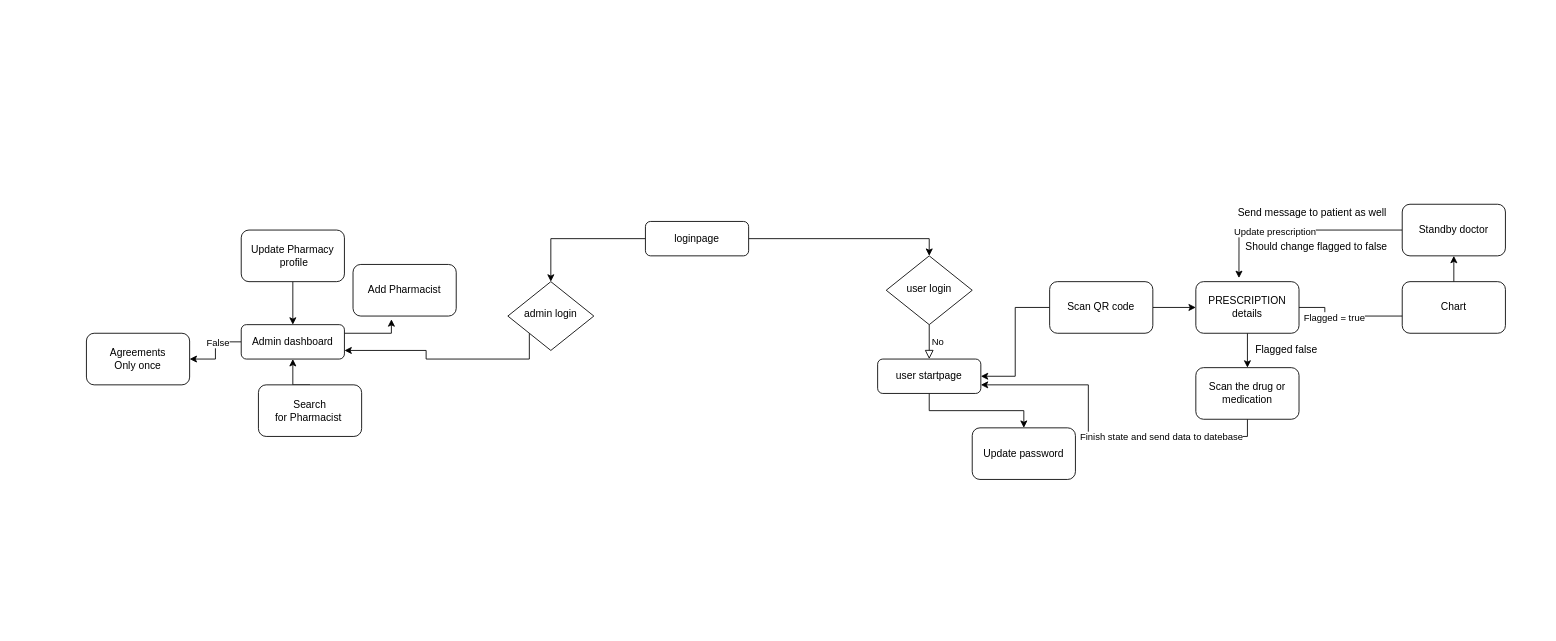
Earlier version of the draw.io diagram docs/ui/Untitled Diagram.drawio (devopsw18/docs). Source tidied: cells renumbered, new cells numbered last; positions are measured from the earlier drawing's top-left corner, leaving out a move shared by most shapes. Both pictures are drawn from the tidied source at 86%, with x=0, y=0 at pixel (86, 204).
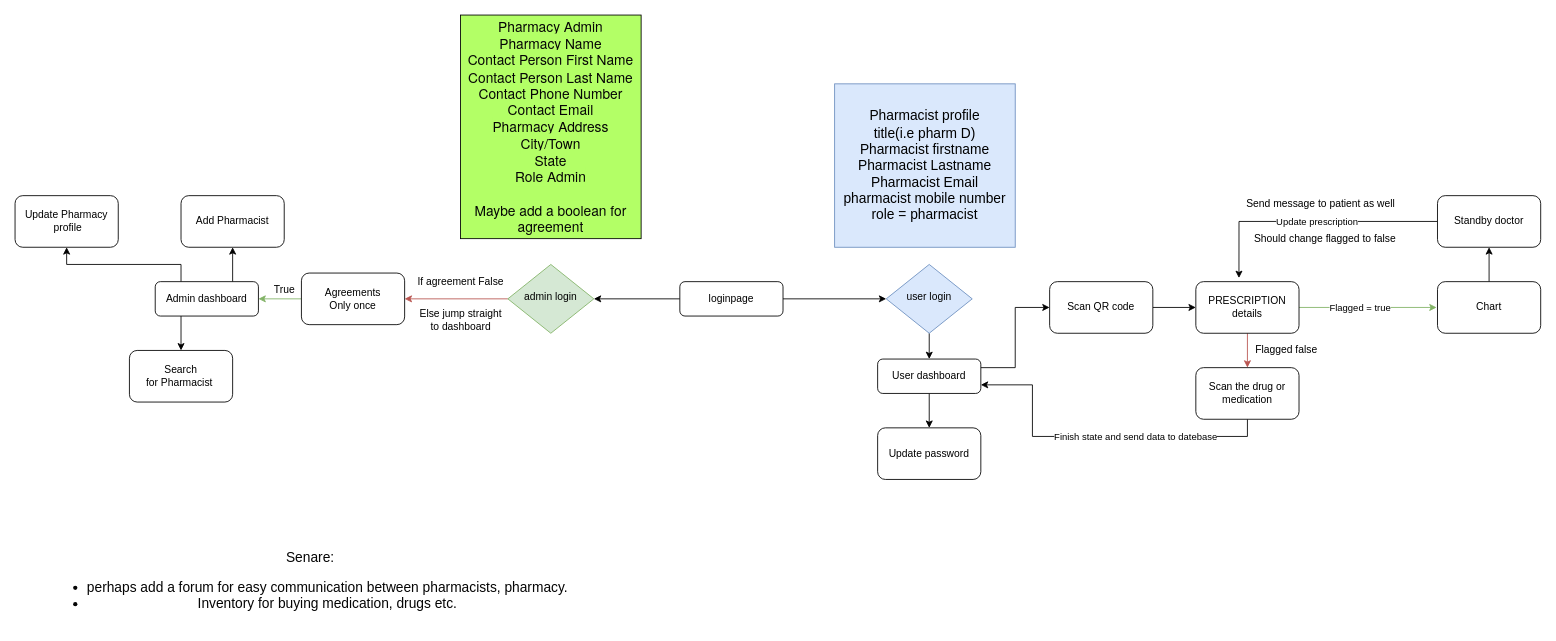
The same diagram, later.

Unchanged cells that the change refers to:
```xml
<mxCell id="24" value="Scan QR code" style="rounded=1;whiteSpace=wrap;html=1;" parent="1" vertex="1">
  <mxGeometry x="1120" y="90" width="120" height="60" as="geometry" />
</mxCell>
<mxCell id="28" value="&lt;span&gt;&lt;/span&gt;&lt;span&gt;&lt;/span&gt;&lt;span&gt;PRESCRIPTION details&lt;/span&gt;" style="rounded=1;whiteSpace=wrap;html=1;" parent="1" vertex="1">
  <mxGeometry x="1290" y="90" width="120" height="60" as="geometry" />
</mxCell>
<mxCell id="31" style="edgeStyle=orthogonalEdgeStyle;rounded=0;jettySize=auto;html=1;exitX=0;exitY=0.5;exitDx=0;exitDy=0;entryX=0.418;entryY=-0.07;entryDx=0;entryDy=0;entryPerimeter=0;" parent="1" edge="1" source="33" target="28">
  <mxGeometry relative="1" as="geometry" />
</mxCell>
<mxCell id="37" value="Scan the drug or medication" style="rounded=1;whiteSpace=wrap;html=1;" parent="1" vertex="1">
  <mxGeometry x="1290" y="190" width="120" height="60" as="geometry" />
</mxCell>
```

Change to the diagram source:
```diff
@@
-    <mxCell id="2" style="edgeStyle=orthogonalEdgeStyle;rounded=0;jettySize=auto;html=1;exitX=1;exitY=0.5;exitDx=0;exitDy=0;entryX=0.5;entryY=0;entryDx=0;entryDy=0;" parent="1" edge="1" source="4" target="6">
+    <mxCell id="2" style="edgeStyle=orthogonalEdgeStyle;rounded=0;jettySize=auto;html=1;exitX=1;exitY=0.5;exitDx=0;exitDy=0;entryX=0;entryY=0.5;entryDx=0;entryDy=0;" parent="1" edge="1" source="4" target="6">
       <mxGeometry relative="1" as="geometry" />
     </mxCell>
-    <mxCell id="3" style="edgeStyle=orthogonalEdgeStyle;rounded=0;jettySize=auto;html=1;exitX=0;exitY=0.5;exitDx=0;exitDy=0;entryX=0.5;entryY=0;entryDx=0;entryDy=0;" parent="1" edge="1" source="4" target="10">
+    <mxCell id="3" style="edgeStyle=orthogonalEdgeStyle;rounded=0;jettySize=auto;html=1;exitX=0;exitY=0.5;exitDx=0;exitDy=0;" parent="1" edge="1" source="4" target="10">
       <mxGeometry relative="1" as="geometry" />
     </mxCell>
     <mxCell id="4" value="loginpage" style="rounded=1;whiteSpace=wrap;html=1;fontSize=12;glass=0;strokeWidth=1;shadow=0;" parent="1" vertex="1">
-      <mxGeometry x="650" y="20" width="120" height="40" as="geometry" />
+      <mxGeometry x="690" y="90" width="120" height="40" as="geometry" />
     </mxCell>
-    <mxCell id="5" value="No" style="edgeStyle=orthogonalEdgeStyle;rounded=0;html=1;jettySize=auto;fontSize=11;endArrow=block;endFill=0;endSize=8;strokeWidth=1;shadow=0;labelBackgroundColor=none;" parent="1" edge="1" source="6" target="8">
-      <mxGeometry y="10" relative="1" as="geometry" />
+    <mxCell id="5" style="edgeStyle=orthogonalEdgeStyle;rounded=0;jettySize=auto;html=1;exitX=0.5;exitY=1;exitDx=0;exitDy=0;entryX=0.5;entryY=0;entryDx=0;entryDy=0;fontColor=#050505;" parent="1" edge="1" source="6" target="8">
+      <mxGeometry relative="1" as="geometry" />
     </mxCell>
-    <mxCell id="6" value="user login" style="rhombus;whiteSpace=wrap;html=1;shadow=0;fontFamily=Helvetica;fontSize=12;align=center;strokeWidth=1;spacing=6;spacingTop=-4;" parent="1" vertex="1">
-      <mxGeometry x="930" y="60" width="100" height="80" as="geometry" />
+    <mxCell id="6" value="user login" style="rhombus;whiteSpace=wrap;html=1;shadow=0;fontFamily=Helvetica;fontSize=12;align=center;strokeWidth=1;spacing=6;spacingTop=-4;fillColor=#dae8fc;strokeColor=#6c8ebf;" parent="1" vertex="1">
+      <mxGeometry x="930" y="70" width="100" height="80" as="geometry" />
     </mxCell>
@@
+    <mxCell id="40" style="edgeStyle=orthogonalEdgeStyle;rounded=0;jettySize=auto;html=1;exitX=1;exitY=0.25;exitDx=0;exitDy=0;entryX=0;entryY=0.5;entryDx=0;entryDy=0;" parent="1" edge="1" source="8" target="24">
+      <mxGeometry relative="1" as="geometry" />
+    </mxCell>
-    <mxCell id="8" value="user startpage" style="rounded=1;whiteSpace=wrap;html=1;fontSize=12;glass=0;strokeWidth=1;shadow=0;" parent="1" vertex="1">
+    <mxCell id="8" value="User dashboard" style="rounded=1;whiteSpace=wrap;html=1;fontSize=12;glass=0;strokeWidth=1;shadow=0;" parent="1" vertex="1">
       <mxGeometry x="920" y="180" width="120" height="40" as="geometry" />
     </mxCell>
-    <mxCell id="9" style="edgeStyle=orthogonalEdgeStyle;rounded=0;jettySize=auto;html=1;exitX=0;exitY=1;exitDx=0;exitDy=0;entryX=1;entryY=0.75;entryDx=0;entryDy=0;" parent="1" edge="1" source="10" target="14">
-      <mxGeometry relative="1" as="geometry">
-        <Array as="points">
-          <mxPoint x="515" y="180" />
-          <mxPoint x="395" y="180" />
-          <mxPoint x="395" y="170" />
-        </Array>
-      </mxGeometry>
-    </mxCell>
+    <mxCell id="41" style="edgeStyle=orthogonalEdgeStyle;rounded=0;jettySize=auto;html=1;exitX=0;exitY=0.5;exitDx=0;exitDy=0;entryX=1;entryY=0.5;entryDx=0;entryDy=0;fillColor=#f8cecc;strokeColor=#b85450;" parent="1" edge="1" source="10" target="21">
+      <mxGeometry relative="1" as="geometry" />
+    </mxCell>
-    <mxCell id="10" value="admin login" style="rhombus;whiteSpace=wrap;html=1;shadow=0;fontFamily=Helvetica;fontSize=12;align=center;strokeWidth=1;spacing=6;spacingTop=-4;" parent="1" vertex="1">
-      <mxGeometry x="490" y="90" width="100" height="80" as="geometry" />
+    <mxCell id="10" value="admin login" style="rhombus;whiteSpace=wrap;html=1;shadow=0;fontFamily=Helvetica;fontSize=12;align=center;strokeWidth=1;spacing=6;spacingTop=-4;fillColor=#d5e8d4;strokeColor=#82b366;" parent="1" vertex="1">
+      <mxGeometry x="490" y="70" width="100" height="80" as="geometry" />
     </mxCell>
-    <mxCell id="11" style="edgeStyle=orthogonalEdgeStyle;rounded=0;jettySize=auto;html=1;exitX=0;exitY=0.5;exitDx=0;exitDy=0;entryX=1;entryY=0.5;entryDx=0;entryDy=0;" parent="1" edge="1" source="14" target="21">
-      <mxGeometry relative="1" as="geometry" />
-    </mxCell>
-    <mxCell id="12" value="False" style="edgeLabel;html=1;align=center;verticalAlign=middle;" parent="11" vertex="1">
-      <mxGeometry x="-0.3" relative="1" as="geometry" />
-    </mxCell>
-    <mxCell id="13" style="edgeStyle=orthogonalEdgeStyle;rounded=0;jettySize=auto;html=1;exitX=1;exitY=0.25;exitDx=0;exitDy=0;entryX=0.372;entryY=1.063;entryDx=0;entryDy=0;entryPerimeter=0;" parent="1" edge="1" source="14" target="20">
+    <mxCell id="13" style="edgeStyle=orthogonalEdgeStyle;rounded=0;jettySize=auto;html=1;exitX=0.75;exitY=0;exitDx=0;exitDy=0;entryX=0.5;entryY=1;entryDx=0;entryDy=0;" parent="1" edge="1" source="14" target="20">
       <mxGeometry relative="1" as="geometry" />
     </mxCell>
+    <mxCell id="42" style="edgeStyle=orthogonalEdgeStyle;rounded=0;jettySize=auto;html=1;exitX=0.25;exitY=0;exitDx=0;exitDy=0;entryX=0.5;entryY=1;entryDx=0;entryDy=0;" parent="1" edge="1" source="14" target="16">
+      <mxGeometry relative="1" as="geometry" />
+    </mxCell>
+    <mxCell id="43" style="edgeStyle=orthogonalEdgeStyle;rounded=0;jettySize=auto;html=1;exitX=0.25;exitY=1;exitDx=0;exitDy=0;entryX=0.5;entryY=0;entryDx=0;entryDy=0;" parent="1" edge="1" source="14" target="19">
+      <mxGeometry relative="1" as="geometry" />
+    </mxCell>
     <mxCell id="14" value="Admin dashboard" style="rounded=1;whiteSpace=wrap;html=1;fontSize=12;glass=0;strokeWidth=1;shadow=0;" parent="1" vertex="1">
-      <mxGeometry x="180" y="140" width="120" height="40" as="geometry" />
+      <mxGeometry x="80" y="90" width="120" height="40" as="geometry" />
     </mxCell>
-    <mxCell id="15" style="edgeStyle=orthogonalEdgeStyle;rounded=0;jettySize=auto;html=1;exitX=0.5;exitY=1;exitDx=0;exitDy=0;entryX=0.5;entryY=0;entryDx=0;entryDy=0;" parent="1" edge="1" source="16" target="14">
-      <mxGeometry relative="1" as="geometry" />
-    </mxCell>
     <mxCell id="16" value="Update Pharmacy&lt;br&gt;&amp;nbsp;profile" style="rounded=1;whiteSpace=wrap;html=1;" parent="1" vertex="1">
-      <mxGeometry x="180" y="30" width="120" height="60" as="geometry" />
+      <mxGeometry x="-83" y="-10" width="120" height="60" as="geometry" />
     </mxCell>
     <mxCell id="17" value="Update password" style="rounded=1;whiteSpace=wrap;html=1;" parent="1" vertex="1">
-      <mxGeometry x="1030" y="260" width="120" height="60" as="geometry" />
+      <mxGeometry x="920" y="260" width="120" height="60" as="geometry" />
     </mxCell>
-    <mxCell id="18" style="edgeStyle=orthogonalEdgeStyle;rounded=0;jettySize=auto;html=1;exitX=0.5;exitY=0;exitDx=0;exitDy=0;entryX=0.5;entryY=1;entryDx=0;entryDy=0;" parent="1" edge="1" source="19" target="14">
-      <mxGeometry relative="1" as="geometry" />
-    </mxCell>
     <mxCell id="19" value="Search for&amp;nbsp;&lt;span&gt;&lt;/span&gt;&lt;span&gt;&lt;/span&gt;&lt;span&gt;Pharmacist&amp;nbsp;&lt;/span&gt;" style="rounded=1;whiteSpace=wrap;html=1;" parent="1" vertex="1">
-      <mxGeometry x="200" y="210" width="120" height="60" as="geometry" />
+      <mxGeometry x="50" y="170" width="120" height="60" as="geometry" />
     </mxCell>
     <mxCell id="20" value="Add Pharmacist" style="rounded=1;whiteSpace=wrap;html=1;" parent="1" vertex="1">
-      <mxGeometry x="310" y="70" width="120" height="60" as="geometry" />
+      <mxGeometry x="110" y="-10" width="120" height="60" as="geometry" />
     </mxCell>
+    <mxCell id="44" style="edgeStyle=orthogonalEdgeStyle;rounded=0;jettySize=auto;html=1;exitX=0;exitY=0.5;exitDx=0;exitDy=0;entryX=1;entryY=0.5;entryDx=0;entryDy=0;fillColor=#d5e8d4;strokeColor=#82b366;" parent="1" edge="1" source="21" target="14">
+      <mxGeometry relative="1" as="geometry" />
+    </mxCell>
     <mxCell id="21" value="Agreements&lt;br&gt;Only once" style="rounded=1;whiteSpace=wrap;html=1;" parent="1" vertex="1">
-      <mxGeometry y="150" width="120" height="60" as="geometry" />
+      <mxGeometry x="250" y="80" width="120" height="60" as="geometry" />
     </mxCell>
-    <mxCell id="22" style="edgeStyle=orthogonalEdgeStyle;rounded=0;jettySize=auto;html=1;exitX=0;exitY=0.5;exitDx=0;exitDy=0;entryX=1;entryY=0.5;entryDx=0;entryDy=0;" parent="1" edge="1" source="24" target="8">
-      <mxGeometry relative="1" as="geometry" />
-    </mxCell>
@@
-    <mxCell id="25" style="edgeStyle=orthogonalEdgeStyle;rounded=0;jettySize=auto;html=1;exitX=1;exitY=0.5;exitDx=0;exitDy=0;" parent="1" edge="1" source="28">
+    <mxCell id="25" style="edgeStyle=orthogonalEdgeStyle;rounded=0;jettySize=auto;html=1;exitX=1;exitY=0.5;exitDx=0;exitDy=0;fillColor=#d5e8d4;strokeColor=#82b366;" parent="1" edge="1" source="28">
       <mxGeometry relative="1" as="geometry">
-        <mxPoint x="1560" y="130" as="targetPoint" />
+        <mxPoint x="1570" y="120" as="targetPoint" />
         <Array as="points">
-          <mxPoint x="1440" y="120" />
-          <mxPoint x="1440" y="130" />
+          <mxPoint x="1560" y="120" />
         </Array>
       </mxGeometry>
     </mxCell>
     <mxCell id="26" value="Flagged = true" style="edgeLabel;html=1;align=center;verticalAlign=middle;" parent="25" vertex="1">
       <mxGeometry x="-0.36" y="-1" relative="1" as="geometry">
-        <mxPoint x="-1" as="offset" />
+        <mxPoint x="19" y="-1" as="offset" />
       </mxGeometry>
     </mxCell>
-    <mxCell id="27" style="edgeStyle=orthogonalEdgeStyle;rounded=0;jettySize=auto;html=1;exitX=0.5;exitY=1;exitDx=0;exitDy=0;entryX=0.5;entryY=0;entryDx=0;entryDy=0;" parent="1" edge="1" source="28" target="37">
+    <mxCell id="27" style="edgeStyle=orthogonalEdgeStyle;rounded=0;jettySize=auto;html=1;exitX=0.5;exitY=1;exitDx=0;exitDy=0;entryX=0.5;entryY=0;entryDx=0;entryDy=0;fillColor=#f8cecc;strokeColor=#b85450;" parent="1" edge="1" source="28" target="37">
       <mxGeometry relative="1" as="geometry" />
     </mxCell>
@@
     <mxCell id="30" value="Chart" style="rounded=1;whiteSpace=wrap;html=1;" parent="1" vertex="1">
-      <mxGeometry x="1530" y="90" width="120" height="60" as="geometry" />
+      <mxGeometry x="1571" y="90" width="120" height="60" as="geometry" />
     </mxCell>
@@
     <mxCell id="32" value="Update prescription" style="edgeLabel;html=1;align=center;verticalAlign=middle;" parent="31" vertex="1">
-      <mxGeometry x="0.21" y="1" relative="1" as="geometry" />
+      <mxGeometry x="0.21" y="1" relative="1" as="geometry">
+        <mxPoint x="38" y="-1" as="offset" />
+      </mxGeometry>
     </mxCell>
     <mxCell id="33" value="Standby doctor" style="rounded=1;whiteSpace=wrap;html=1;" parent="1" vertex="1">
-      <mxGeometry x="1530" width="120" height="60" as="geometry" />
+      <mxGeometry x="1571" y="-10" width="120" height="60" as="geometry" />
     </mxCell>
     <mxCell id="34" value="Send message to patient as well" style="text;html=1;align=center;verticalAlign=middle;strokeColor=none;fillColor=none;" parent="1" vertex="1">
-      <mxGeometry x="1330" width="190" height="20" as="geometry" />
+      <mxGeometry x="1340" y="-10" width="190" height="20" as="geometry" />
     </mxCell>
     <mxCell id="35" style="edgeStyle=orthogonalEdgeStyle;rounded=0;jettySize=auto;html=1;exitX=0.5;exitY=1;exitDx=0;exitDy=0;entryX=1;entryY=0.75;entryDx=0;entryDy=0;" parent="1" edge="1" source="37" target="8">
-      <mxGeometry relative="1" as="geometry" />
+      <mxGeometry relative="1" as="geometry">
+        <Array as="points">
+          <mxPoint x="1350" y="270" />
+          <mxPoint x="1100" y="270" />
+          <mxPoint x="1100" y="210" />
+        </Array>
+      </mxGeometry>
     </mxCell>
     <mxCell id="36" value="Finish state and send data to datebase" style="edgeLabel;html=1;align=center;verticalAlign=middle;" parent="35" vertex="1">
       <mxGeometry x="-0.13" y="-1" relative="1" as="geometry">
-        <mxPoint x="49" y="1" as="offset" />
+        <mxPoint x="19" y="1" as="offset" />
       </mxGeometry>
     </mxCell>
@@
     <mxCell id="39" value="Should change flagged to false" style="text;html=1;align=center;verticalAlign=middle;strokeColor=none;fillColor=none;" parent="1" vertex="1">
-      <mxGeometry x="1340" y="40" width="180" height="20" as="geometry" />
+      <mxGeometry x="1350" y="30" width="180" height="20" as="geometry" />
     </mxCell>
+    <mxCell id="45" value="If agreement False" style="text;html=1;align=center;verticalAlign=middle;strokeColor=none;fillColor=none;" parent="1" vertex="1">
+      <mxGeometry x="375" y="80" width="120" height="20" as="geometry" />
+    </mxCell>
+    <mxCell id="46" value="Else jump straight &lt;br&gt;to dashboard" style="text;html=1;align=center;verticalAlign=middle;strokeColor=none;fillColor=none;" parent="1" vertex="1">
+      <mxGeometry x="380" y="120" width="110" height="30" as="geometry" />
+    </mxCell>
+    <mxCell id="47" value="True" style="text;html=1;align=center;verticalAlign=middle;strokeColor=none;fillColor=none;" parent="1" vertex="1">
+      <mxGeometry x="210" y="90" width="40" height="20" as="geometry" />
+    </mxCell>
+    <mxCell id="48" value="&lt;font style=&quot;font-size: 16px&quot;&gt;Pharmacist profile&lt;br&gt;title(i.e pharm D)&lt;br&gt;Pharmacist firstname&lt;br&gt;Pharmacist Lastname&lt;br&gt;Pharmacist Email&lt;br&gt;pharmacist mobile number&lt;br&gt;role = pharmacist&lt;/font&gt;" style="whiteSpace=wrap;html=1;fillColor=#dae8fc;strokeColor=#6c8ebf;" parent="1" vertex="1">
+      <mxGeometry x="870" y="-140" width="210" height="190" as="geometry" />
+    </mxCell>
+    <mxCell id="49" value="&lt;span style=&quot;font-family: &amp;#34;whitney&amp;#34; , &amp;#34;helvetica neue&amp;#34; , &amp;#34;helvetica&amp;#34; , &amp;#34;arial&amp;#34; , sans-serif ; font-size: 16px&quot;&gt;&lt;font color=&quot;#050505&quot;&gt;&lt;span style=&quot;background-color: rgb(179 , 255 , 102)&quot;&gt;Pharmacy Admin&lt;br&gt;Pharmacy Name&lt;br&gt;Contact Person First Name&lt;br&gt;Contact Person Last Name&lt;br&gt;Contact Phone Number&lt;br&gt;Contact Email&lt;br&gt;Pharmacy Address&lt;br&gt;City/Town&lt;br&gt;State&lt;br&gt;Role Admin&lt;br&gt;&lt;br&gt;Maybe add a boolean for agreement&lt;/span&gt;&lt;br&gt;&lt;/font&gt;&lt;/span&gt;" style="rounded=0;whiteSpace=wrap;html=1;align=center;strokeColor=#000000;fillColor=#B3FF66;" parent="1" vertex="1">
+      <mxGeometry x="435" y="-220" width="210" height="260" as="geometry" />
+    </mxCell>
+    <mxCell id="50" style="edgeStyle=orthogonalEdgeStyle;rounded=0;orthogonalLoop=1;jettySize=auto;html=1;exitX=0.5;exitY=1;exitDx=0;exitDy=0;" parent="1" edge="1" source="49" target="49">
+      <mxGeometry relative="1" as="geometry" />
+    </mxCell>
+    <mxCell id="51" value="Senare: &lt;br&gt;&lt;ul&gt;&lt;li&gt;perhaps add a forum for easy communication between pharmacists, pharmacy.&lt;/li&gt;&lt;li&gt;Inventory for buying medication, drugs etc.&lt;/li&gt;&lt;/ul&gt;" style="text;html=1;align=center;verticalAlign=middle;strokeColor=none;fillColor=none;fontSize=16;fontColor=#050505;" parent="1" vertex="1">
+      <mxGeometry x="-45" y="400" width="610" height="90" as="geometry" />
+    </mxCell>
```
